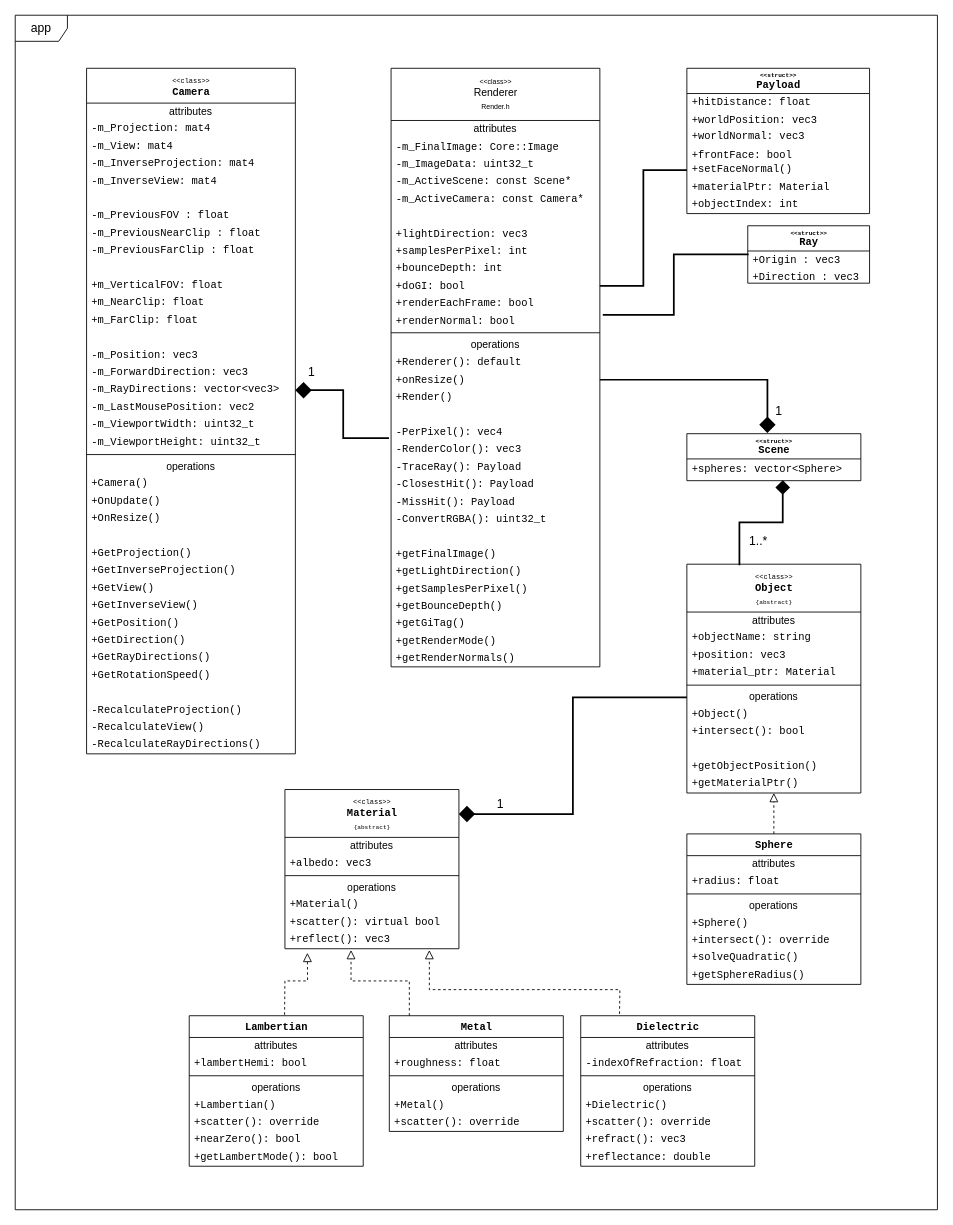
Above: documentation/uml/classDiagram.drawio in DeanKJones/RayTracer (draw.io), before the change. Source tidied: cells renumbered, new cells numbered last; positions are measured from the earlier drawing's top-left corner, leaving out a move shared by most shapes. Both pictures are drawn from the tidied source at 87%, with x=0, y=0 at pixel (15, 15).
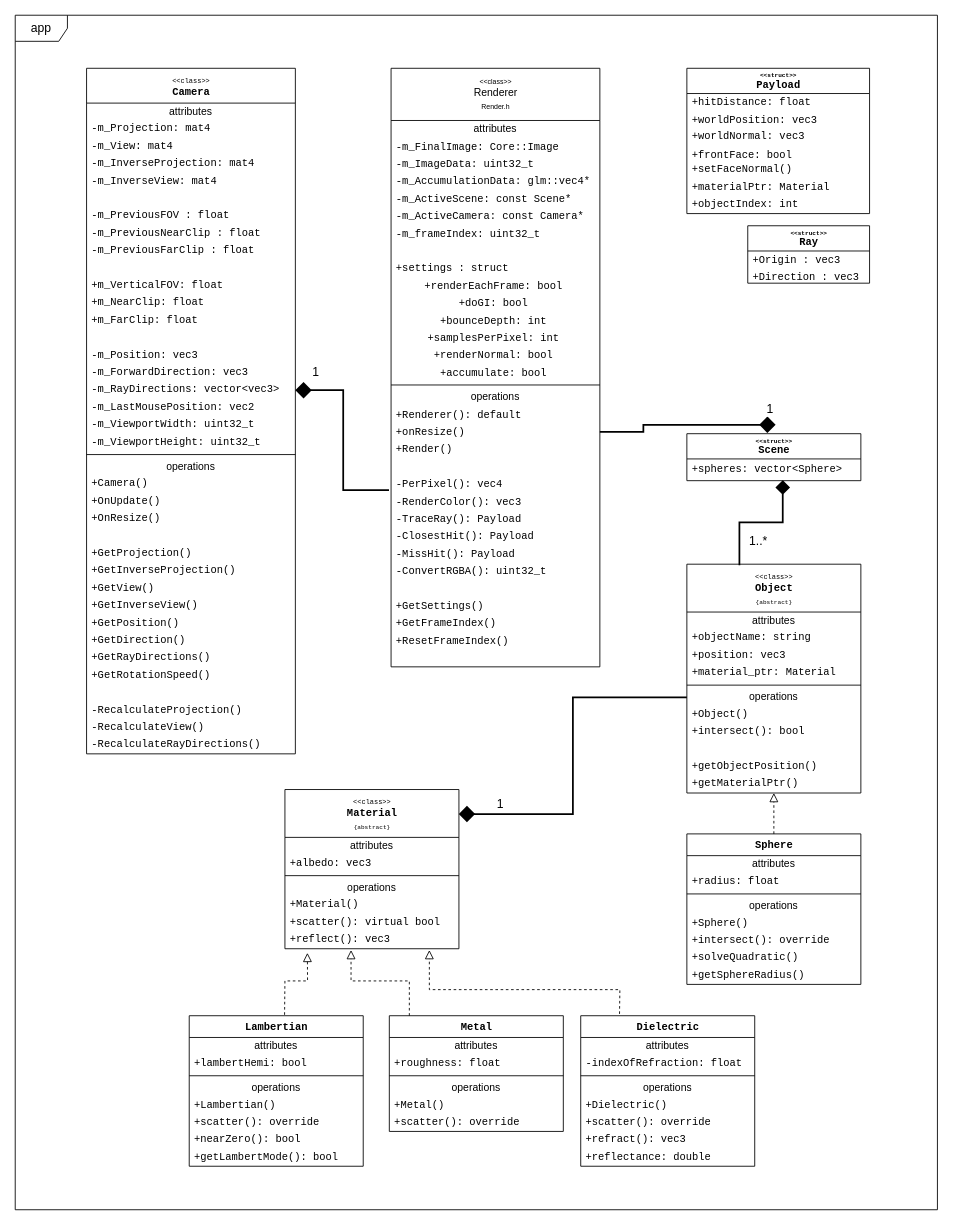
The same diagram, later.

The change refers to these unchanged cells:
```xml
<mxCell id="3" value="&lt;font style=&quot;font-size: 8px ; line-height: 0.8&quot;&gt;&amp;lt;&amp;lt;class&amp;gt;&amp;gt;&lt;/font&gt;&lt;br style=&quot;font-size: 11px&quot;&gt;Renderer&lt;br style=&quot;font-size: 11px&quot;&gt;&lt;font style=&quot;font-size: 8px&quot;&gt;Render.h&lt;/font&gt;" style="swimlane;fontStyle=0;align=center;verticalAlign=top;horizontal=1;startSize=60;html=1;rounded=0;" parent="1" vertex="1">
  <mxGeometry x="432" y="61" width="240" height="688" as="geometry" />
</mxCell>
<mxCell id="37" value="&lt;font style=&quot;font-size: 12px&quot;&gt;+Origin : vec3&lt;/font&gt;" style="text;html=1;strokeColor=none;fillColor=none;align=left;verticalAlign=middle;spacingLeft=4;spacingRight=4;overflow=hidden;points=[[0,0.5],[1,0.5]];portConstraint=eastwest;fontFamily=Courier New;fontSize=8;rounded=0;" parent="36" vertex="1">
  <mxGeometry y="29" width="140" height="21" as="geometry" />
</mxCell>
<mxCell id="46" value="&lt;span style=&quot;font-size: 12px&quot;&gt;+setFaceNormal()&lt;/span&gt;" style="text;html=1;strokeColor=none;fillColor=none;align=left;verticalAlign=middle;spacingLeft=4;spacingRight=4;overflow=hidden;points=[[0,0.5],[1,0.5]];portConstraint=eastwest;fontFamily=Courier New;fontSize=8;rounded=0;" parent="41" vertex="1">
  <mxGeometry y="107" width="210" height="20" as="geometry" />
</mxCell>
```

What changed in the source:
```diff
@@
+    <mxCell id="152" value="&lt;font face=&quot;Courier New&quot;&gt;-m_AccumulationData: glm::vec4*&lt;br&gt;&lt;/font&gt;" style="text;html=1;strokeColor=none;fillColor=none;align=left;verticalAlign=middle;spacingLeft=4;spacingRight=4;overflow=hidden;rounded=0;" parent="3" vertex="1">
+      <mxGeometry y="120" width="240" height="20" as="geometry" />
+    </mxCell>
     <mxCell id="7" value="&lt;font face=&quot;Courier New&quot;&gt;-m_ActiveScene: const Scene*&lt;br&gt;&lt;/font&gt;" style="text;html=1;strokeColor=none;fillColor=none;align=left;verticalAlign=middle;spacingLeft=4;spacingRight=4;overflow=hidden;rounded=0;" parent="3" vertex="1">
-      <mxGeometry y="120" width="240" height="20" as="geometry" />
+      <mxGeometry y="140" width="240" height="20" as="geometry" />
     </mxCell>
     <mxCell id="8" value="&lt;font face=&quot;Courier New&quot;&gt;-m_ActiveCamera: const Camera*&lt;br&gt;&lt;/font&gt;" style="text;html=1;strokeColor=none;fillColor=none;align=left;verticalAlign=middle;spacingLeft=4;spacingRight=4;overflow=hidden;rounded=0;" parent="3" vertex="1">
-      <mxGeometry y="140" width="240" height="20" as="geometry" />
+      <mxGeometry y="160" width="240" height="20" as="geometry" />
     </mxCell>
-    <mxCell id="9" value="&lt;font face=&quot;Courier New&quot;&gt;&lt;br&gt;&lt;/font&gt;" style="text;html=1;strokeColor=none;fillColor=none;align=left;verticalAlign=middle;spacingLeft=4;spacingRight=4;overflow=hidden;rounded=0;" parent="3" vertex="1">
-      <mxGeometry y="160" width="240" height="20" as="geometry" />
-    </mxCell>
-    <mxCell id="10" value="&lt;font face=&quot;Courier New&quot;&gt;+lightDirection: vec3&lt;br&gt;&lt;/font&gt;" style="text;html=1;strokeColor=none;fillColor=none;align=left;verticalAlign=middle;spacingLeft=4;spacingRight=4;overflow=hidden;rounded=0;" parent="3" vertex="1">
-      <mxGeometry y="180" width="240" height="20" as="geometry" />
-    </mxCell>
+    <mxCell id="153" value="&lt;font face=&quot;Courier New&quot;&gt;-m_frameIndex: uint32_t&lt;br&gt;&lt;/font&gt;" style="text;html=1;strokeColor=none;fillColor=none;align=left;verticalAlign=middle;spacingLeft=4;spacingRight=4;overflow=hidden;rounded=0;" parent="3" vertex="1">
+      <mxGeometry y="180" width="240" height="20" as="geometry" />
+    </mxCell>
+    <mxCell id="154" value="&lt;font face=&quot;Courier New&quot;&gt;&lt;br&gt;&lt;br&gt;&lt;/font&gt;" style="text;html=1;strokeColor=none;fillColor=none;align=left;verticalAlign=middle;spacingLeft=4;spacingRight=4;overflow=hidden;rounded=0;" parent="3" vertex="1">
+      <mxGeometry y="200" width="240" height="20" as="geometry" />
+    </mxCell>
+    <mxCell id="155" value="&lt;font face=&quot;Courier New&quot;&gt;+settings : struct&lt;br&gt;&lt;/font&gt;" style="text;html=1;strokeColor=none;fillColor=none;align=left;verticalAlign=middle;spacingLeft=4;spacingRight=4;overflow=hidden;rounded=0;" parent="3" vertex="1">
+      <mxGeometry y="220" width="240" height="20" as="geometry" />
+    </mxCell>
+    <mxCell id="14" value="&lt;font face=&quot;Courier New&quot;&gt;+renderEachFrame: bool&lt;br&gt;&lt;/font&gt;" style="text;html=1;strokeColor=none;fillColor=none;align=center;verticalAlign=middle;spacingLeft=4;spacingRight=8;overflow=hidden;rounded=0;" parent="3" vertex="1">
+      <mxGeometry y="240" width="240" height="20" as="geometry" />
+    </mxCell>
+    <mxCell id="13" value="&lt;font face=&quot;Courier New&quot;&gt;+doGI: bool&lt;br&gt;&lt;/font&gt;" style="text;html=1;strokeColor=none;fillColor=none;align=center;verticalAlign=middle;spacingLeft=4;spacingRight=8;overflow=hidden;points=[[0,0.5],[1,0.5]];portConstraint=eastwest;rounded=0;" parent="3" vertex="1">
+      <mxGeometry y="260" width="240" height="20" as="geometry" />
+    </mxCell>
+    <mxCell id="12" value="&lt;font face=&quot;Courier New&quot;&gt;+bounceDepth: int&lt;br&gt;&lt;/font&gt;" style="text;html=1;strokeColor=none;fillColor=none;align=center;verticalAlign=middle;spacingLeft=4;spacingRight=8;overflow=hidden;rounded=0;" parent="3" vertex="1">
+      <mxGeometry y="280" width="240" height="20" as="geometry" />
+    </mxCell>
-    <mxCell id="11" value="&lt;font face=&quot;Courier New&quot;&gt;+samplesPerPixel: int&lt;br&gt;&lt;/font&gt;" style="text;html=1;strokeColor=none;fillColor=none;align=left;verticalAlign=middle;spacingLeft=4;spacingRight=4;overflow=hidden;rounded=0;" parent="3" vertex="1">
-      <mxGeometry y="200" width="240" height="20" as="geometry" />
+    <mxCell id="11" value="&lt;font face=&quot;Courier New&quot;&gt;+samplesPerPixel: int&lt;br&gt;&lt;/font&gt;" style="text;html=1;strokeColor=none;fillColor=none;align=center;verticalAlign=middle;spacingLeft=4;spacingRight=8;overflow=hidden;rounded=0;" parent="3" vertex="1">
+      <mxGeometry y="300" width="240" height="20" as="geometry" />
     </mxCell>
-    <mxCell id="12" value="&lt;font face=&quot;Courier New&quot;&gt;+bounceDepth: int&lt;br&gt;&lt;/font&gt;" style="text;html=1;strokeColor=none;fillColor=none;align=left;verticalAlign=middle;spacingLeft=4;spacingRight=4;overflow=hidden;rounded=0;" parent="3" vertex="1">
-      <mxGeometry y="220" width="240" height="20" as="geometry" />
-    </mxCell>
-    <mxCell id="13" value="&lt;font face=&quot;Courier New&quot;&gt;+doGI: bool&lt;br&gt;&lt;/font&gt;" style="text;html=1;strokeColor=none;fillColor=none;align=left;verticalAlign=middle;spacingLeft=4;spacingRight=4;overflow=hidden;points=[[0,0.5],[1,0.5]];portConstraint=eastwest;rounded=0;" parent="3" vertex="1">
-      <mxGeometry y="240" width="240" height="20" as="geometry" />
-    </mxCell>
-    <mxCell id="14" value="&lt;font face=&quot;Courier New&quot;&gt;+renderEachFrame: bool&lt;br&gt;&lt;/font&gt;" style="text;html=1;strokeColor=none;fillColor=none;align=left;verticalAlign=middle;spacingLeft=4;spacingRight=4;overflow=hidden;rounded=0;" parent="3" vertex="1">
-      <mxGeometry y="260" width="240" height="20" as="geometry" />
-    </mxCell>
-    <mxCell id="15" value="&lt;font face=&quot;Courier New&quot;&gt;+renderNormal: bool&lt;br&gt;&lt;/font&gt;" style="text;html=1;strokeColor=none;fillColor=none;align=left;verticalAlign=middle;spacingLeft=4;spacingRight=4;overflow=hidden;points=[[0,0.5],[1,0.5]];portConstraint=eastwest;rounded=0;" parent="3" vertex="1">
-      <mxGeometry y="280" width="240" height="20" as="geometry" />
+    <mxCell id="15" value="&lt;font face=&quot;Courier New&quot;&gt;+renderNormal: bool&lt;br&gt;&lt;/font&gt;" style="text;html=1;strokeColor=none;fillColor=none;align=center;verticalAlign=middle;spacingLeft=4;spacingRight=8;overflow=hidden;points=[[0,0.5],[1,0.5]];portConstraint=eastwest;rounded=0;" parent="3" vertex="1">
+      <mxGeometry y="320" width="240" height="20" as="geometry" />
     </mxCell>
+    <mxCell id="156" value="&lt;font face=&quot;Courier New&quot;&gt;+accumulate: bool&lt;br&gt;&lt;/font&gt;" style="text;html=1;strokeColor=none;fillColor=none;align=center;verticalAlign=middle;spacingLeft=4;spacingRight=8;overflow=hidden;rounded=0;" parent="3" vertex="1">
+      <mxGeometry y="340" width="240" height="20" as="geometry" />
+    </mxCell>
     <mxCell id="16" style="line;strokeWidth=1;fillColor=none;align=left;verticalAlign=middle;spacingTop=-1;spacingLeft=3;spacingRight=3;labelPosition=right;rounded=0;" parent="3" vertex="1">
-      <mxGeometry y="300" width="240" height="8" as="geometry" />
+      <mxGeometry y="360" width="240" height="8" as="geometry" />
     </mxCell>
     <mxCell id="17" value="operations" style="text;html=1;strokeColor=none;fillColor=none;align=center;verticalAlign=middle;spacingLeft=4;spacingRight=4;overflow=hidden;rounded=0;" parent="3" vertex="1">
-      <mxGeometry y="308" width="240" height="20" as="geometry" />
+      <mxGeometry y="368" width="240" height="20" as="geometry" />
     </mxCell>
     <mxCell id="18" value="&lt;font face=&quot;Courier New&quot;&gt;+Renderer(): default&lt;/font&gt;" style="text;html=1;strokeColor=none;fillColor=none;align=left;verticalAlign=middle;spacingLeft=4;spacingRight=4;overflow=hidden;rounded=0;" parent="3" vertex="1">
-      <mxGeometry y="328" width="240" height="20" as="geometry" />
+      <mxGeometry y="388" width="240" height="20" as="geometry" />
     </mxCell>
     <mxCell id="19" value="&lt;font face=&quot;Courier New&quot;&gt;+onResize()&lt;/font&gt;" style="text;html=1;strokeColor=none;fillColor=none;align=left;verticalAlign=middle;spacingLeft=4;spacingRight=4;overflow=hidden;points=[[0,0.5],[1,0.5]];portConstraint=eastwest;rounded=0;" parent="3" vertex="1">
-      <mxGeometry y="348" width="240" height="20" as="geometry" />
+      <mxGeometry y="408" width="240" height="20" as="geometry" />
     </mxCell>
     <mxCell id="20" value="&lt;font face=&quot;Courier New&quot;&gt;+Render()&lt;/font&gt;" style="text;html=1;strokeColor=none;fillColor=none;align=left;verticalAlign=middle;spacingLeft=4;spacingRight=4;overflow=hidden;rounded=0;" parent="3" vertex="1">
-      <mxGeometry y="368" width="240" height="20" as="geometry" />
+      <mxGeometry y="428" width="240" height="20" as="geometry" />
     </mxCell>
     <mxCell id="21" value="&lt;font face=&quot;Courier New&quot;&gt;&lt;br&gt;&lt;/font&gt;" style="text;html=1;strokeColor=none;fillColor=none;align=left;verticalAlign=middle;spacingLeft=4;spacingRight=4;overflow=hidden;rounded=0;" parent="3" vertex="1">
-      <mxGeometry y="388" width="240" height="20" as="geometry" />
+      <mxGeometry y="448" width="240" height="20" as="geometry" />
     </mxCell>
     <mxCell id="22" value="&lt;font face=&quot;Courier New&quot;&gt;-PerPixel(): vec4&lt;/font&gt;" style="text;html=1;strokeColor=none;fillColor=none;align=left;verticalAlign=middle;spacingLeft=4;spacingRight=4;overflow=hidden;rounded=0;" parent="3" vertex="1">
-      <mxGeometry y="408" width="240" height="20" as="geometry" />
+      <mxGeometry y="468" width="240" height="20" as="geometry" />
     </mxCell>
     <mxCell id="23" value="&lt;font face=&quot;Courier New&quot;&gt;-RenderColor(): vec3&lt;/font&gt;" style="text;html=1;strokeColor=none;fillColor=none;align=left;verticalAlign=middle;spacingLeft=4;spacingRight=4;overflow=hidden;points=[[0,0.5],[1,0.5]];portConstraint=eastwest;rounded=0;" parent="3" vertex="1">
-      <mxGeometry y="428" width="240" height="20" as="geometry" />
+      <mxGeometry y="488" width="240" height="20" as="geometry" />
     </mxCell>
     <mxCell id="24" value="&lt;font face=&quot;Courier New&quot;&gt;-TraceRay(): Payload&lt;/font&gt;" style="text;html=1;strokeColor=none;fillColor=none;align=left;verticalAlign=middle;spacingLeft=4;spacingRight=4;overflow=hidden;rounded=0;" parent="3" vertex="1">
-      <mxGeometry y="448" width="240" height="20" as="geometry" />
+      <mxGeometry y="508" width="240" height="20" as="geometry" />
     </mxCell>
     <mxCell id="25" value="&lt;font face=&quot;Courier New&quot;&gt;-ClosestHit(): Payload&lt;/font&gt;" style="text;html=1;strokeColor=none;fillColor=none;align=left;verticalAlign=middle;spacingLeft=4;spacingRight=4;overflow=hidden;rounded=0;" parent="3" vertex="1">
-      <mxGeometry y="468" width="240" height="20" as="geometry" />
+      <mxGeometry y="528" width="240" height="20" as="geometry" />
     </mxCell>
     <mxCell id="26" value="&lt;font face=&quot;Courier New&quot;&gt;-MissHit(): Payload&lt;/font&gt;" style="text;html=1;strokeColor=none;fillColor=none;align=left;verticalAlign=middle;spacingLeft=4;spacingRight=4;overflow=hidden;rounded=0;" parent="3" vertex="1">
-      <mxGeometry y="488" width="240" height="20" as="geometry" />
+      <mxGeometry y="548" width="240" height="20" as="geometry" />
     </mxCell>
     <mxCell id="27" value="&lt;font face=&quot;Courier New&quot;&gt;-ConvertRGBA(): uint32_t&lt;/font&gt;" style="text;html=1;strokeColor=none;fillColor=none;align=left;verticalAlign=middle;spacingLeft=4;spacingRight=4;overflow=hidden;rounded=0;" parent="3" vertex="1">
-      <mxGeometry y="508" width="240" height="20" as="geometry" />
+      <mxGeometry y="568" width="240" height="20" as="geometry" />
     </mxCell>
+    <mxCell id="157" value="&lt;br&gt;&lt;font face=&quot;Courier New&quot;&gt;&lt;br&gt;&lt;/font&gt;" style="text;html=1;strokeColor=none;fillColor=none;align=left;verticalAlign=middle;spacingLeft=4;spacingRight=4;overflow=hidden;rounded=0;" parent="3" vertex="1">
+      <mxGeometry y="588" width="240" height="20" as="geometry" />
+    </mxCell>
+    <mxCell id="158" value="&lt;font face=&quot;Courier New&quot;&gt;+GetSettings()&lt;br&gt;&lt;/font&gt;" style="text;html=1;strokeColor=none;fillColor=none;align=left;verticalAlign=middle;spacingLeft=4;spacingRight=4;overflow=hidden;rounded=0;" parent="3" vertex="1">
+      <mxGeometry y="608" width="240" height="20" as="geometry" />
+    </mxCell>
+    <mxCell id="159" value="&lt;font face=&quot;Courier New&quot;&gt;+GetFrameIndex()&lt;br&gt;&lt;/font&gt;" style="text;html=1;strokeColor=none;fillColor=none;align=left;verticalAlign=middle;spacingLeft=4;spacingRight=4;overflow=hidden;rounded=0;" parent="3" vertex="1">
+      <mxGeometry y="628" width="240" height="20" as="geometry" />
+    </mxCell>
+    <mxCell id="160" value="&lt;font face=&quot;Courier New&quot;&gt;+ResetFrameIndex()&lt;br&gt;&lt;/font&gt;" style="text;html=1;strokeColor=none;fillColor=none;align=left;verticalAlign=middle;spacingLeft=4;spacingRight=4;overflow=hidden;rounded=0;" parent="3" vertex="1">
+      <mxGeometry y="648" width="240" height="20" as="geometry" />
+    </mxCell>
     <mxCell id="28" value="&lt;br&gt;&lt;font face=&quot;Courier New&quot;&gt;&lt;br&gt;&lt;/font&gt;" style="text;html=1;strokeColor=none;fillColor=none;align=left;verticalAlign=middle;spacingLeft=4;spacingRight=4;overflow=hidden;rounded=0;" parent="3" vertex="1">
-      <mxGeometry y="528" width="240" height="20" as="geometry" />
+      <mxGeometry y="668" width="240" height="20" as="geometry" />
     </mxCell>
-    <mxCell id="29" value="&lt;font face=&quot;Courier New&quot;&gt;+getFinalImage()&lt;br&gt;&lt;/font&gt;" style="text;html=1;strokeColor=none;fillColor=none;align=left;verticalAlign=middle;spacingLeft=4;spacingRight=4;overflow=hidden;rounded=0;" parent="3" vertex="1">
-      <mxGeometry y="548" width="240" height="20" as="geometry" />
-    </mxCell>
-    <mxCell id="30" value="&lt;font face=&quot;Courier New&quot;&gt;+getLightDirection()&lt;br&gt;&lt;/font&gt;" style="text;html=1;strokeColor=none;fillColor=none;align=left;verticalAlign=middle;spacingLeft=4;spacingRight=4;overflow=hidden;rounded=0;" parent="3" vertex="1">
-      <mxGeometry y="568" width="240" height="20" as="geometry" />
-    </mxCell>
-    <mxCell id="31" value="&lt;font face=&quot;Courier New&quot;&gt;+getSamplesPerPixel()&lt;br&gt;&lt;/font&gt;" style="text;html=1;strokeColor=none;fillColor=none;align=left;verticalAlign=middle;spacingLeft=4;spacingRight=4;overflow=hidden;rounded=0;" parent="3" vertex="1">
-      <mxGeometry y="588" width="240" height="20" as="geometry" />
-    </mxCell>
-    <mxCell id="32" value="&lt;font face=&quot;Courier New&quot;&gt;+getBounceDepth()&lt;br&gt;&lt;/font&gt;" style="text;html=1;strokeColor=none;fillColor=none;align=left;verticalAlign=middle;spacingLeft=4;spacingRight=4;overflow=hidden;rounded=0;" parent="3" vertex="1">
-      <mxGeometry y="608" width="240" height="20" as="geometry" />
-    </mxCell>
-    <mxCell id="33" value="&lt;font face=&quot;Courier New&quot;&gt;+getGiTag()&lt;br&gt;&lt;/font&gt;" style="text;html=1;strokeColor=none;fillColor=none;align=left;verticalAlign=middle;spacingLeft=4;spacingRight=4;overflow=hidden;rounded=0;" parent="3" vertex="1">
-      <mxGeometry y="628" width="240" height="20" as="geometry" />
-    </mxCell>
-    <mxCell id="34" value="&lt;font face=&quot;Courier New&quot;&gt;+getRenderMode()&lt;br&gt;&lt;/font&gt;" style="text;html=1;strokeColor=none;fillColor=none;align=left;verticalAlign=middle;spacingLeft=4;spacingRight=4;overflow=hidden;rounded=0;" parent="3" vertex="1">
-      <mxGeometry y="648" width="240" height="20" as="geometry" />
-    </mxCell>
-    <mxCell id="35" value="&lt;font face=&quot;Courier New&quot;&gt;+getRenderNormals()&lt;br&gt;&lt;/font&gt;" style="text;html=1;strokeColor=none;fillColor=none;align=left;verticalAlign=middle;spacingLeft=4;spacingRight=4;overflow=hidden;rounded=0;" parent="3" vertex="1">
-      <mxGeometry y="668" width="240" height="20" as="geometry" />
-    </mxCell>
@@
-    <mxCell id="150" style="endArrow=none;html=1;endSize=12;startArrow=none;startSize=14;startFill=0;edgeStyle=orthogonalEdgeStyle;align=left;verticalAlign=bottom;fontFamily=Helvetica;fontSize=14;strokeColor=default;exitX=0.007;exitY=0.19;exitDx=0;exitDy=0;strokeWidth=2;endFill=0;rounded=0;entryX=1.014;entryY=0.176;entryDx=0;entryDy=0;entryPerimeter=0;exitPerimeter=0;" parent="1" edge="1" source="37" target="15">
-      <mxGeometry x="-0.79" relative="1" as="geometry" />
-    </mxCell>
-    <mxCell id="151" style="endArrow=none;html=1;endSize=12;startArrow=none;startSize=14;startFill=0;edgeStyle=orthogonalEdgeStyle;align=left;verticalAlign=bottom;fontFamily=Helvetica;fontSize=14;strokeColor=default;exitX=1;exitY=0.5;exitDx=0;exitDy=0;strokeWidth=2;endFill=0;entryX=0;entryY=0.5;entryDx=0;entryDy=0;rounded=0;" parent="1" edge="1" source="13" target="46">
-      <mxGeometry x="-0.79" relative="1" as="geometry" />
-    </mxCell>
```
